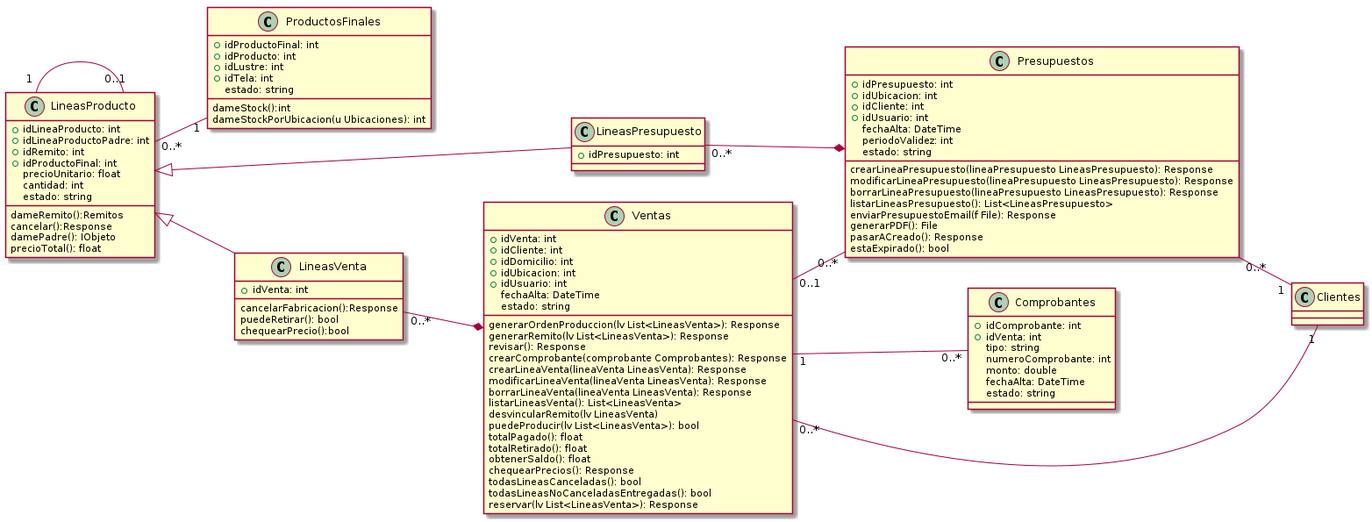
Before: Informe Final/Imagenes/DiagramaClases/Vistas/vistaPresupuestosVentas.png, a diagram exported from PlantUML (ZMGestion/DocumentacionZMGestion).
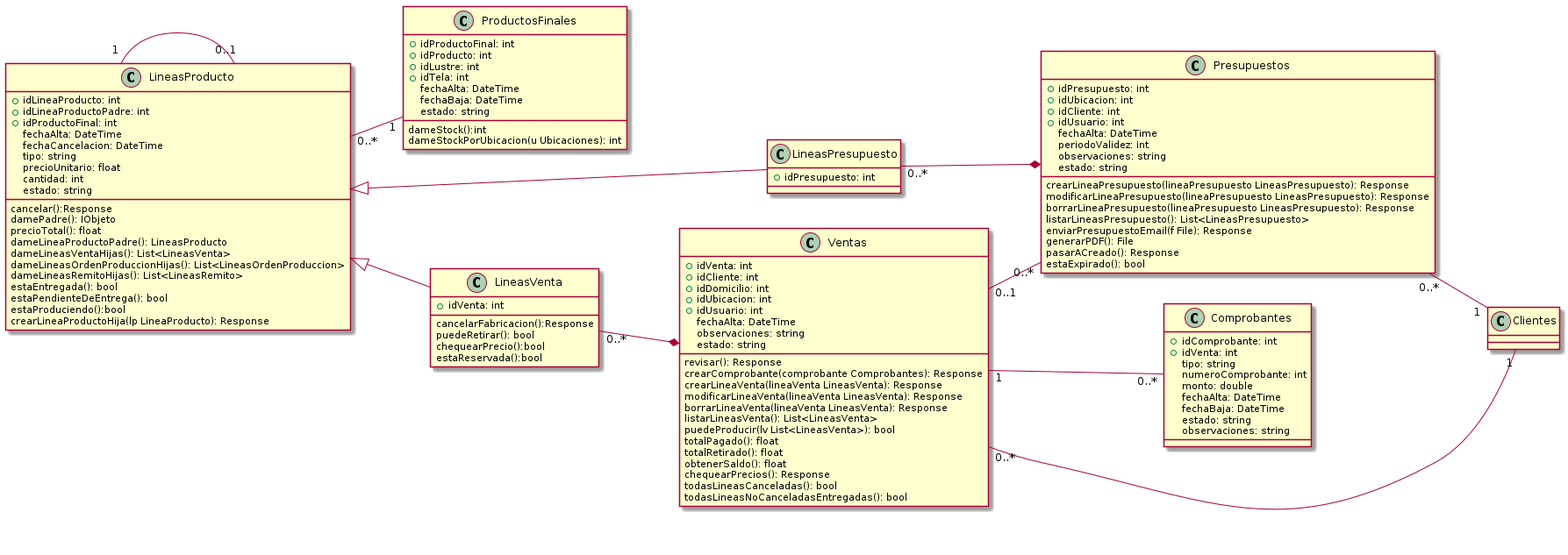
The same diagram one commit later.

Diff of the diagram source:
```diff
@@ -4,6 +4,8 @@
     +idProducto: int
     +idLustre: int
     +idTela: int
+    fechaAlta: DateTime
+    fechaBaja: DateTime
     estado: string
 
     dameStock():int
@@ -14,16 +16,26 @@
 class LineasProducto{
     +idLineaProducto: int
     +idLineaProductoPadre: int
-    +idRemito: int
     +idProductoFinal: int
+    fechaAlta: DateTime
+    fechaCancelacion: DateTime
+    tipo: string
     precioUnitario: float
     cantidad: int
     estado: string
 
-    dameRemito():Remitos
+
     cancelar():Response
     damePadre(): IObjeto
     precioTotal(): float
+    dameLineaProductoPadre(): LineasProducto
+    dameLineasVentaHijas(): List<LineasVenta>
+    dameLineasOrdenProduccionHijas(): List<LineasOrdenProduccion>
+    dameLineasRemitoHijas(): List<LineasRemito>
+    estaEntregada(): bool
+    estaPendienteDeEntrega(): bool
+    estaProduciendo():bool
+    crearLineaProductoHija(lp LineaProducto): Response
 }
 class LineasVenta{
     +idVenta: int
@@ -31,6 +43,7 @@
     cancelarFabricacion():Response
     puedeRetirar(): bool
     chequearPrecio():bool
+    estaReservada():bool
 
 }
 class LineasPresupuesto{
@@ -43,17 +56,15 @@
     +idUbicacion: int
     +idUsuario: int
     fechaAlta: DateTime
+    observaciones: string
     estado: string
 
-    generarOrdenProduccion(lv List<LineasVenta>): Response
-    generarRemito(lv List<LineasVenta>): Response
     revisar(): Response
     crearComprobante(comprobante Comprobantes): Response
     crearLineaVenta(lineaVenta LineasVenta): Response
     modificarLineaVenta(lineaVenta LineasVenta): Response
     borrarLineaVenta(lineaVenta LineasVenta): Response
     listarLineasVenta(): List<LineasVenta>
-    desvincularRemito(lv LineasVenta)
     puedeProducir(lv List<LineasVenta>): bool
     totalPagado(): float
     totalRetirado(): float
@@ -61,7 +72,6 @@
     chequearPrecios(): Response
     todasLineasCanceladas(): bool
     todasLineasNoCanceladasEntregadas(): bool
-    reservar(lv List<LineasVenta>): Response
 
 }
 class Presupuestos{
@@ -71,6 +81,7 @@
     +idUsuario: int
     fechaAlta: DateTime
     periodoValidez: int
+    observaciones: string
     estado: string
 
     crearLineaPresupuesto(lineaPresupuesto LineasPresupuesto): Response
@@ -89,7 +100,9 @@
     numeroComprobante: int
     monto: double
     fechaAlta: DateTime
+    fechaBaja: DateTime
     estado: string
+    observaciones: string
 }
 
 left to right direction
```
